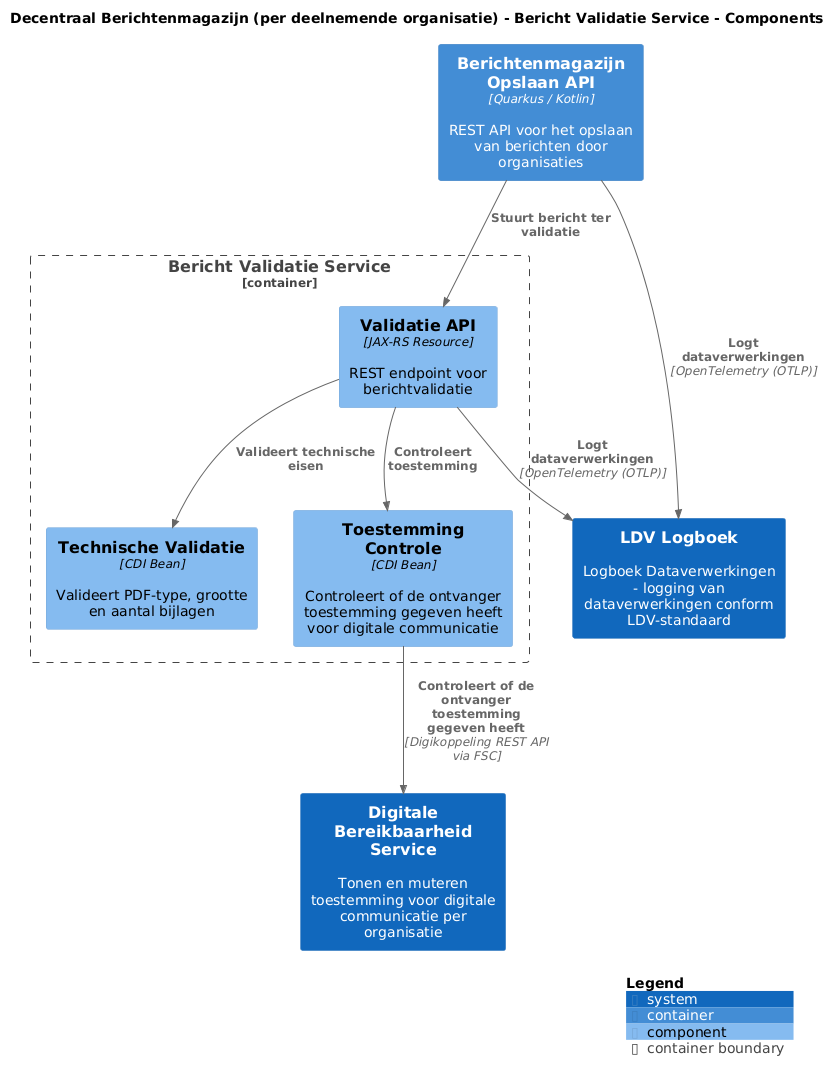
The PlantUML diagram pr-preview/pr-16/master/png/BerichtValidatieComponenten.png in MinBZK/moza-poc-fbs-berichtenbox, before a commit.
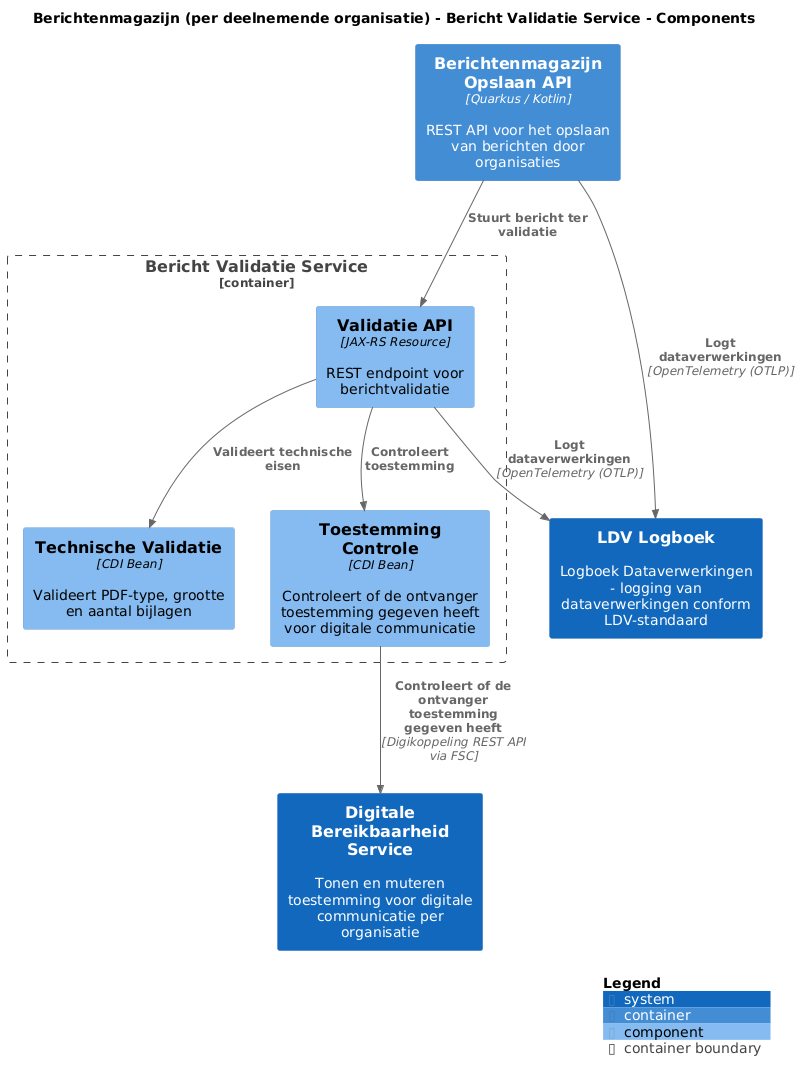
Later version of the same file.

What changed in the source:
```diff
@@ -1,6 +1,6 @@
 @startuml
 set separator none
-title Decentraal Berichtenmagazijn (per deelnemende organisatie) - Bericht Validatie Service - Components
+title Berichtenmagazijn (per deelnemende organisatie) - Bericht Validatie Service - Components
 
 top to bottom direction
 
@@ -10,21 +10,21 @@
 !include <C4/C4_Component>
 
 System(DigitaleBereikbaarheidService, "Digitale Bereikbaarheid Service", $descr="Tonen en muteren toestemming voor digitale communicatie per organisatie", $tags="", $link="")
-Container(DecentraalBerichtenmagazijnperdeelnemendeorganisatie.BerichtenmagazijnOpslaanAPI, "Berichtenmagazijn Opslaan API", $techn="Quarkus / Kotlin", $descr="REST API voor het opslaan van berichten door organisaties", $tags="", $link="")
+Container(Berichtenmagazijnperdeelnemendeorganisatie.BerichtenmagazijnOpslaanAPI, "Berichtenmagazijn Opslaan API", $techn="Quarkus / Kotlin", $descr="REST API voor het opslaan van berichten door organisaties", $tags="", $link="")
 System(LDVLogboek, "LDV Logboek", $descr="Logboek Dataverwerkingen - logging van dataverwerkingen conform LDV-standaard", $tags="", $link="")
 
-Container_Boundary("DecentraalBerichtenmagazijnperdeelnemendeorganisatie.BerichtValidatieService_boundary", "Bericht Validatie Service", $tags="") {
-  Component(DecentraalBerichtenmagazijnperdeelnemendeorganisatie.BerichtValidatieService.ValidatieAPI, "Validatie API", $techn="JAX-RS Resource", $descr="REST endpoint voor berichtvalidatie", $tags="", $link="")
-  Component(DecentraalBerichtenmagazijnperdeelnemendeorganisatie.BerichtValidatieService.TechnischeValidatie, "Technische Validatie", $techn="CDI Bean", $descr="Valideert PDF-type, grootte en aantal bijlagen", $tags="", $link="")
-  Component(DecentraalBerichtenmagazijnperdeelnemendeorganisatie.BerichtValidatieService.ToestemmingControle, "Toestemming Controle", $techn="CDI Bean", $descr="Controleert of de ontvanger toestemming gegeven heeft voor digitale communicatie", $tags="", $link="")
+Container_Boundary("Berichtenmagazijnperdeelnemendeorganisatie.BerichtValidatieService_boundary", "Bericht Validatie Service", $tags="") {
+  Component(Berichtenmagazijnperdeelnemendeorganisatie.BerichtValidatieService.ValidatieAPI, "Validatie API", $techn="JAX-RS Resource", $descr="REST endpoint voor berichtvalidatie", $tags="", $link="")
+  Component(Berichtenmagazijnperdeelnemendeorganisatie.BerichtValidatieService.TechnischeValidatie, "Technische Validatie", $techn="CDI Bean", $descr="Valideert PDF-type, grootte en aantal bijlagen", $tags="", $link="")
+  Component(Berichtenmagazijnperdeelnemendeorganisatie.BerichtValidatieService.ToestemmingControle, "Toestemming Controle", $techn="CDI Bean", $descr="Controleert of de ontvanger toestemming gegeven heeft voor digitale communicatie", $tags="", $link="")
 }
 
-Rel(DecentraalBerichtenmagazijnperdeelnemendeorganisatie.BerichtenmagazijnOpslaanAPI, LDVLogboek, "Logt dataverwerkingen", $techn="OpenTelemetry (OTLP)", $tags="", $link="")
-Rel(DecentraalBerichtenmagazijnperdeelnemendeorganisatie.BerichtValidatieService.ValidatieAPI, LDVLogboek, "Logt dataverwerkingen", $techn="OpenTelemetry (OTLP)", $tags="", $link="")
-Rel(DecentraalBerichtenmagazijnperdeelnemendeorganisatie.BerichtValidatieService.ValidatieAPI, DecentraalBerichtenmagazijnperdeelnemendeorganisatie.BerichtValidatieService.TechnischeValidatie, "Valideert technische eisen", $techn="", $tags="", $link="")
-Rel(DecentraalBerichtenmagazijnperdeelnemendeorganisatie.BerichtValidatieService.ValidatieAPI, DecentraalBerichtenmagazijnperdeelnemendeorganisatie.BerichtValidatieService.ToestemmingControle, "Controleert toestemming", $techn="", $tags="", $link="")
-Rel(DecentraalBerichtenmagazijnperdeelnemendeorganisatie.BerichtenmagazijnOpslaanAPI, DecentraalBerichtenmagazijnperdeelnemendeorganisatie.BerichtValidatieService.ValidatieAPI, "Stuurt bericht ter validatie", $techn="", $tags="", $link="")
-Rel(DecentraalBerichtenmagazijnperdeelnemendeorganisatie.BerichtValidatieService.ToestemmingControle, DigitaleBereikbaarheidService, "Controleert of de ontvanger toestemming gegeven heeft", $techn="Digikoppeling REST API via FSC", $tags="", $link="")
+Rel(Berichtenmagazijnperdeelnemendeorganisatie.BerichtValidatieService.ValidatieAPI, LDVLogboek, "Logt dataverwerkingen", $techn="OpenTelemetry (OTLP)", $tags="", $link="")
+Rel(Berichtenmagazijnperdeelnemendeorganisatie.BerichtValidatieService.ValidatieAPI, Berichtenmagazijnperdeelnemendeorganisatie.BerichtValidatieService.TechnischeValidatie, "Valideert technische eisen", $techn="", $tags="", $link="")
+Rel(Berichtenmagazijnperdeelnemendeorganisatie.BerichtValidatieService.ValidatieAPI, Berichtenmagazijnperdeelnemendeorganisatie.BerichtValidatieService.ToestemmingControle, "Controleert toestemming", $techn="", $tags="", $link="")
+Rel(Berichtenmagazijnperdeelnemendeorganisatie.BerichtenmagazijnOpslaanAPI, Berichtenmagazijnperdeelnemendeorganisatie.BerichtValidatieService.ValidatieAPI, "Stuurt bericht ter validatie", $techn="", $tags="", $link="")
+Rel(Berichtenmagazijnperdeelnemendeorganisatie.BerichtValidatieService.ToestemmingControle, DigitaleBereikbaarheidService, "Controleert of de ontvanger toestemming gegeven heeft", $techn="Digikoppeling REST API via FSC", $tags="", $link="")
+Rel(Berichtenmagazijnperdeelnemendeorganisatie.BerichtenmagazijnOpslaanAPI, LDVLogboek, "Logt dataverwerkingen", $techn="OpenTelemetry (OTLP)", $tags="", $link="")
 
 SHOW_LEGEND(true)
 @enduml
```
